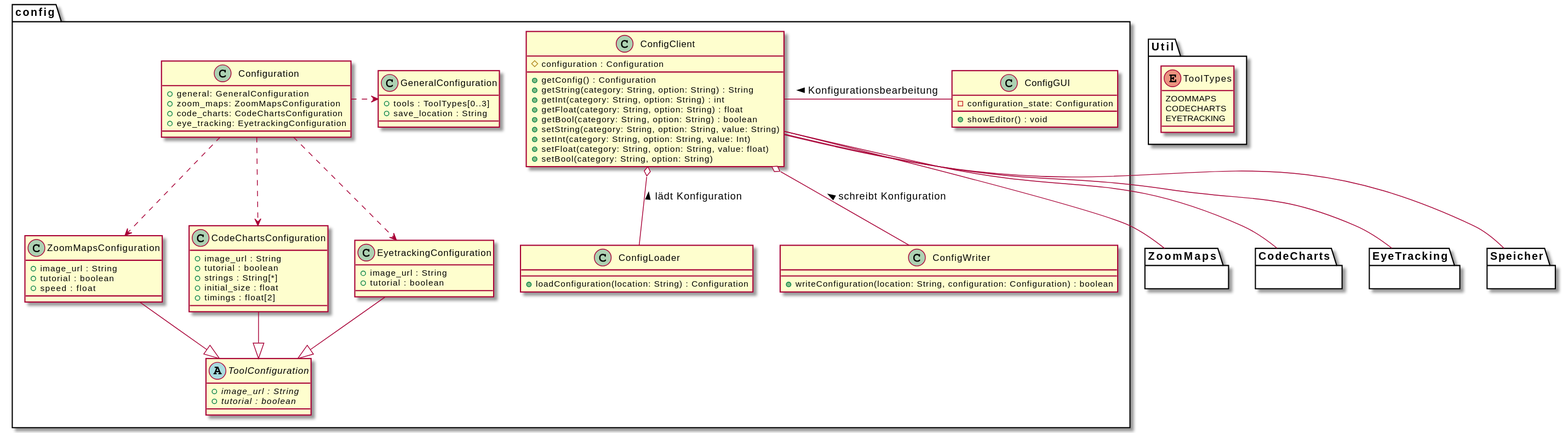
Earlier version of the PlantUML export meilenstein_03/uml-config/config.svg (weichware10/meilensteine).
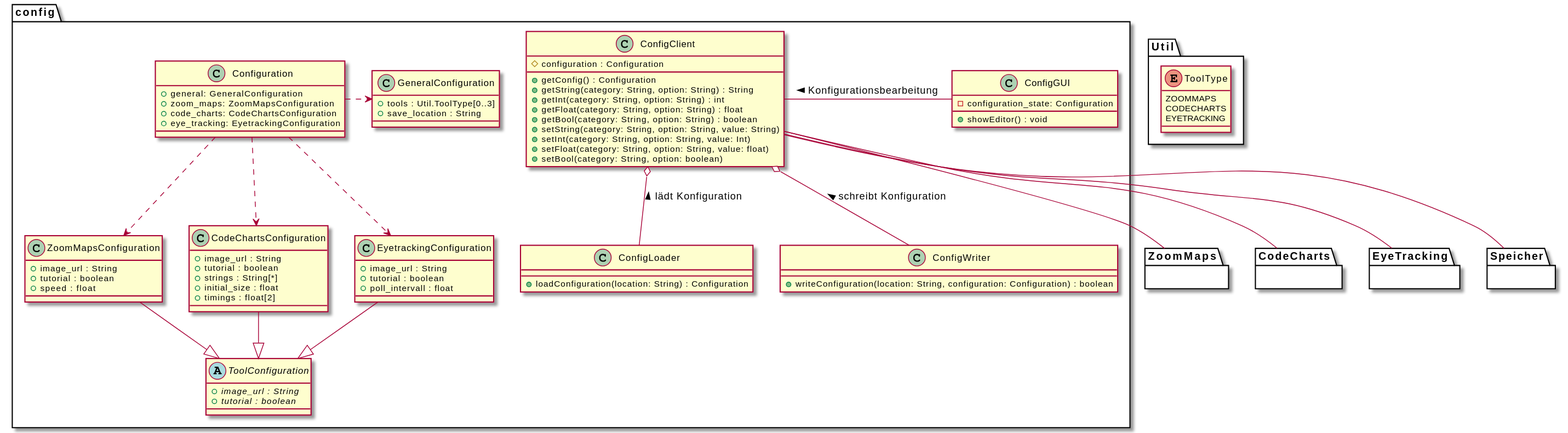
The same diagram one commit later.

Commit message:
Render PlantUML SVGs

Diff of the diagram source:
```diff
@@ -1,6 +1,6 @@
 @startuml
 package Util {
-  enum ToolTypes {
+  enum ToolType {
   ZOOMMAPS
   CODECHARTS
   EYETRACKING
@@ -24,7 +24,7 @@
     + setString(category: String, option: String, value: String)
     + setInt(category: String, option: String, value: Int)
     + setFloat(category: String, option: String, value: float)
-    + setBool(category: String, option: String)
+    + setBool(category: String, option: boolean)
   }
 
   class ConfigLoader {
@@ -47,7 +47,7 @@
     + eye_tracking: EyetrackingConfiguration
   }
   class GeneralConfiguration {
-    + tools : ToolTypes[0..3]
+    + tools : Util.ToolType[0..3]
     + save_location : String
   }
   class ZoomMapsConfiguration {
@@ -65,6 +65,7 @@
   class EyetrackingConfiguration {
     + image_url : String
     + tutorial : boolean
+    + poll_intervall : float
   }
   abstract ToolConfiguration {
     + {abstract} image_url : String
```
